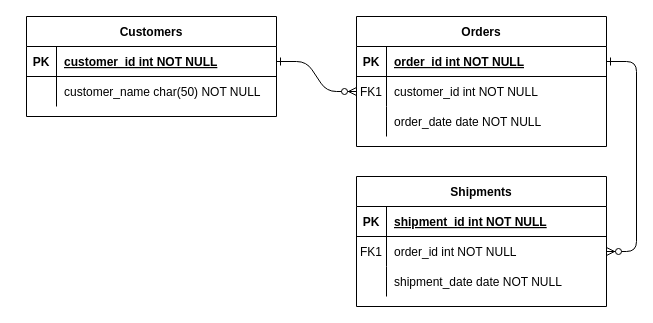
Earlier version of the draw.io diagram Untitled Diagram.drawio (josephcruel/DAT-Normalization-). Source tidied: cells renumbered, new cells numbered last; positions are measured from the earlier drawing's top-left corner, leaving out a move shared by most shapes. Both pictures are drawn from the tidied source at 100%, with x=0, y=0 at pixel (26, 16).
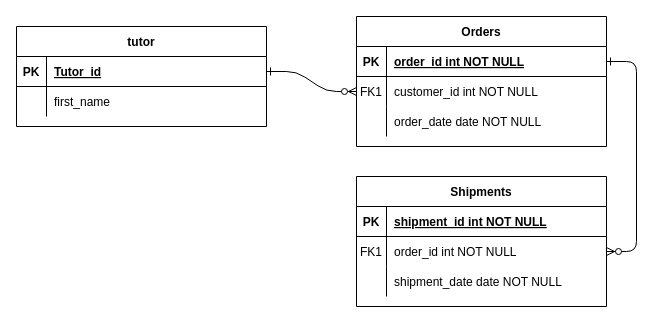
After the change.

Unchanged cells that the change refers to:
```xml
<mxCell id="25" style="shape=partialRectangle;fillColor=none;points=[[0,0.5],[1,0.5]];portConstraint=eastwest;top=0;left=0;right=0;bottom=1;" parent="24" vertex="1">
  <mxGeometry y="30" width="250" height="30" as="geometry" />
</mxCell>
<mxCell id="28" style="shape=partialRectangle;fillColor=none;top=0;left=0;right=0;bottom=0;" parent="24" vertex="1">
  <mxGeometry y="60" width="250" height="30" as="geometry" />
</mxCell>
```

The edit, as a diff of the source:
```diff
@@
-    <mxCell id="24" value="Customers" style="shape=table;startSize=30;childLayout=tableLayout;rowLines=0;fontStyle=1;align=center;" parent="1" vertex="1">
-      <mxGeometry width="250" height="100" as="geometry" />
+    <mxCell id="24" value="tutor" style="shape=table;startSize=30;childLayout=tableLayout;rowLines=0;fontStyle=1;align=center;" parent="1" vertex="1">
+      <mxGeometry x="-10" y="10" width="250" height="100" as="geometry" />
     </mxCell>
@@
-    <mxCell id="27" value="customer_id int NOT NULL " style="shape=partialRectangle;overflow=hidden;fillColor=none;top=0;left=0;bottom=0;right=0;align=left;spacingLeft=6;fontStyle=5;" parent="25" vertex="1">
+    <mxCell id="27" value="Tutor_id" style="shape=partialRectangle;overflow=hidden;fillColor=none;top=0;left=0;bottom=0;right=0;align=left;spacingLeft=6;fontStyle=5;" parent="25" vertex="1">
       <mxGeometry x="30" width="220" height="30" as="geometry" />
     </mxCell>
@@
-    <mxCell id="30" value="customer_name char(50) NOT NULL" style="shape=partialRectangle;overflow=hidden;fillColor=none;top=0;left=0;bottom=0;right=0;align=left;spacingLeft=6;" parent="28" vertex="1">
+    <mxCell id="30" value="first_name" style="shape=partialRectangle;overflow=hidden;fillColor=none;top=0;left=0;bottom=0;right=0;align=left;spacingLeft=6;" parent="28" vertex="1">
       <mxGeometry x="30" width="220" height="30" as="geometry" />
     </mxCell>
```
